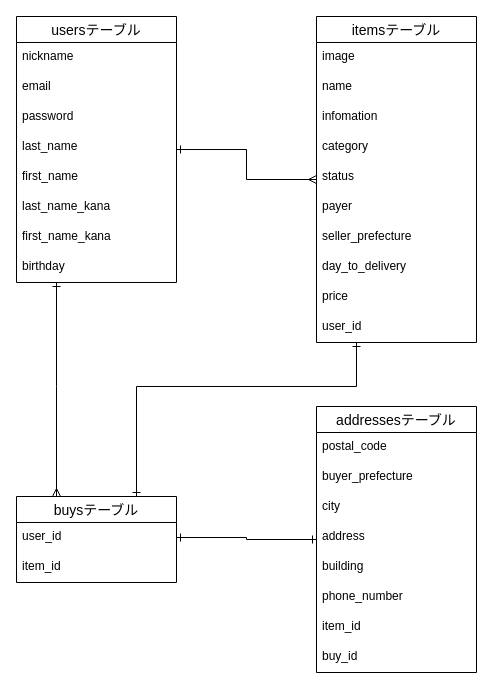
This is ERfurima-32488.dio from citrus-garden/furima-32488, a draw.io file, before an edit. Source tidied: cells renumbered, new cells numbered last; positions are measured from the earlier drawing's top-left corner, leaving out a move shared by most shapes. Both pictures are drawn from the tidied source at 100%, with x=0, y=0 at pixel (16, 16).
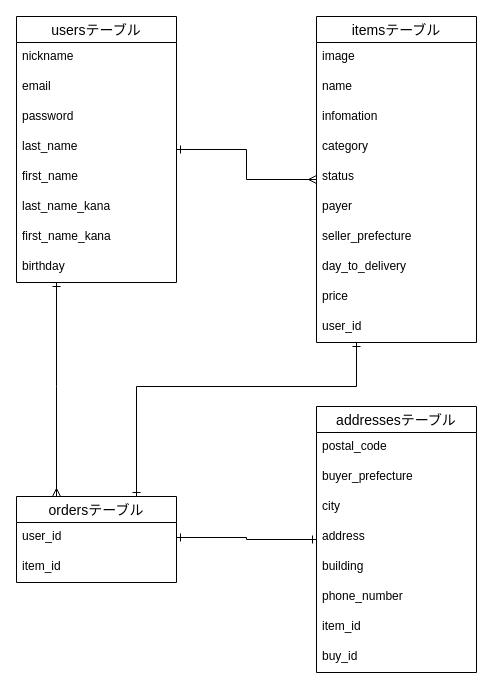
After the change.

Commit message (it also covers changes not shown here):
テーブル名の変更

What changed in the source:
```diff
@@
-    <mxCell id="25" value="buysテーブル" style="swimlane;fontStyle=0;horizontal=1;startSize=26;align=center;fontSize=14;" parent="1" vertex="1">
+    <mxCell id="25" value="ordersテーブル" style="swimlane;fontStyle=0;horizontal=1;startSize=26;align=center;fontSize=14;" parent="1" vertex="1">
       <mxGeometry y="480" width="160" height="86" as="geometry" />
     </mxCell>
```
